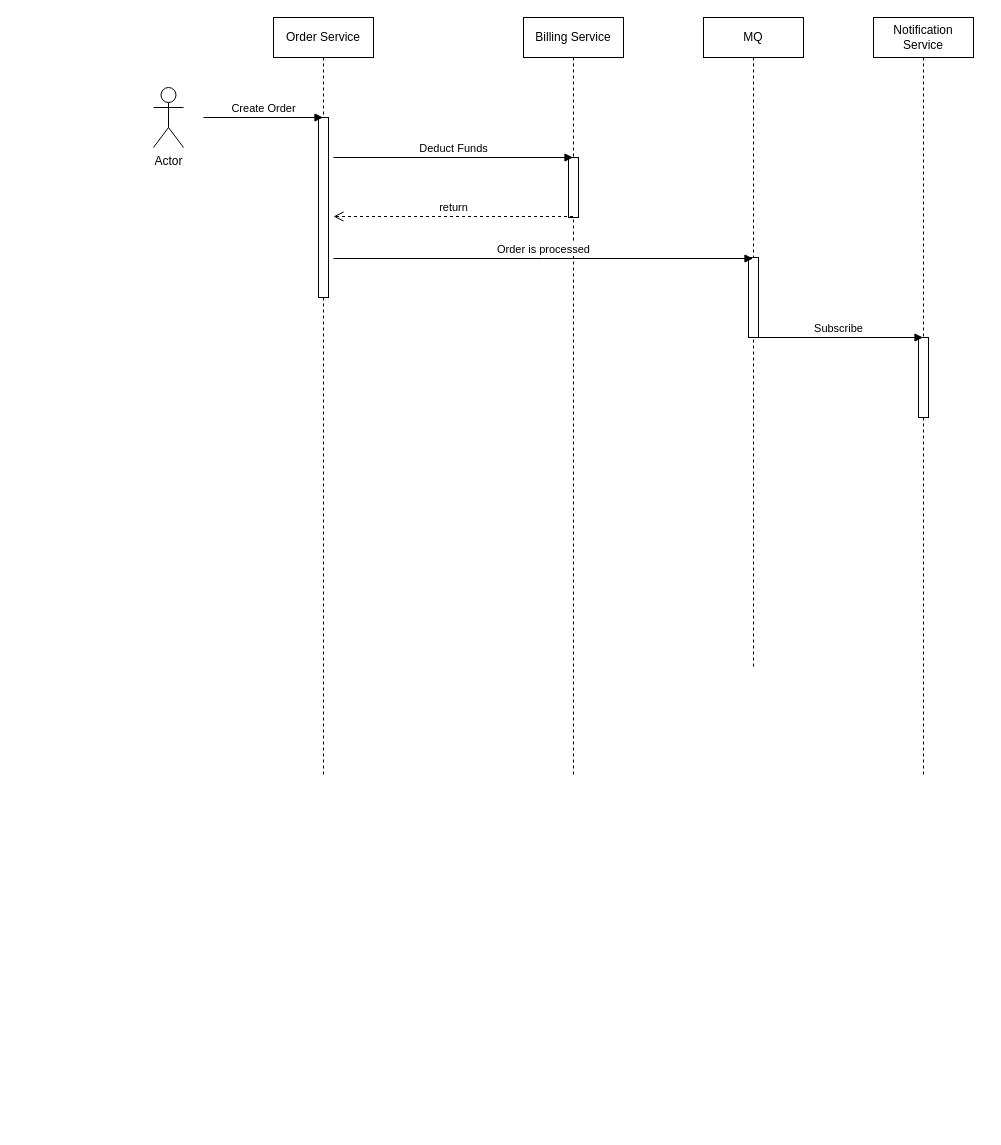
The draw.io diagram 1 Sequence_Diagramm.drawio in samsonovsa/OtusArhitectureHW2, before the edit. Source tidied: cells renumbered, new cells numbered last; positions are measured from the earlier drawing's top-left corner, leaving out a move shared by most shapes. Both pictures are drawn from the tidied source at 100%, with x=0, y=0 at pixel (153, 17).
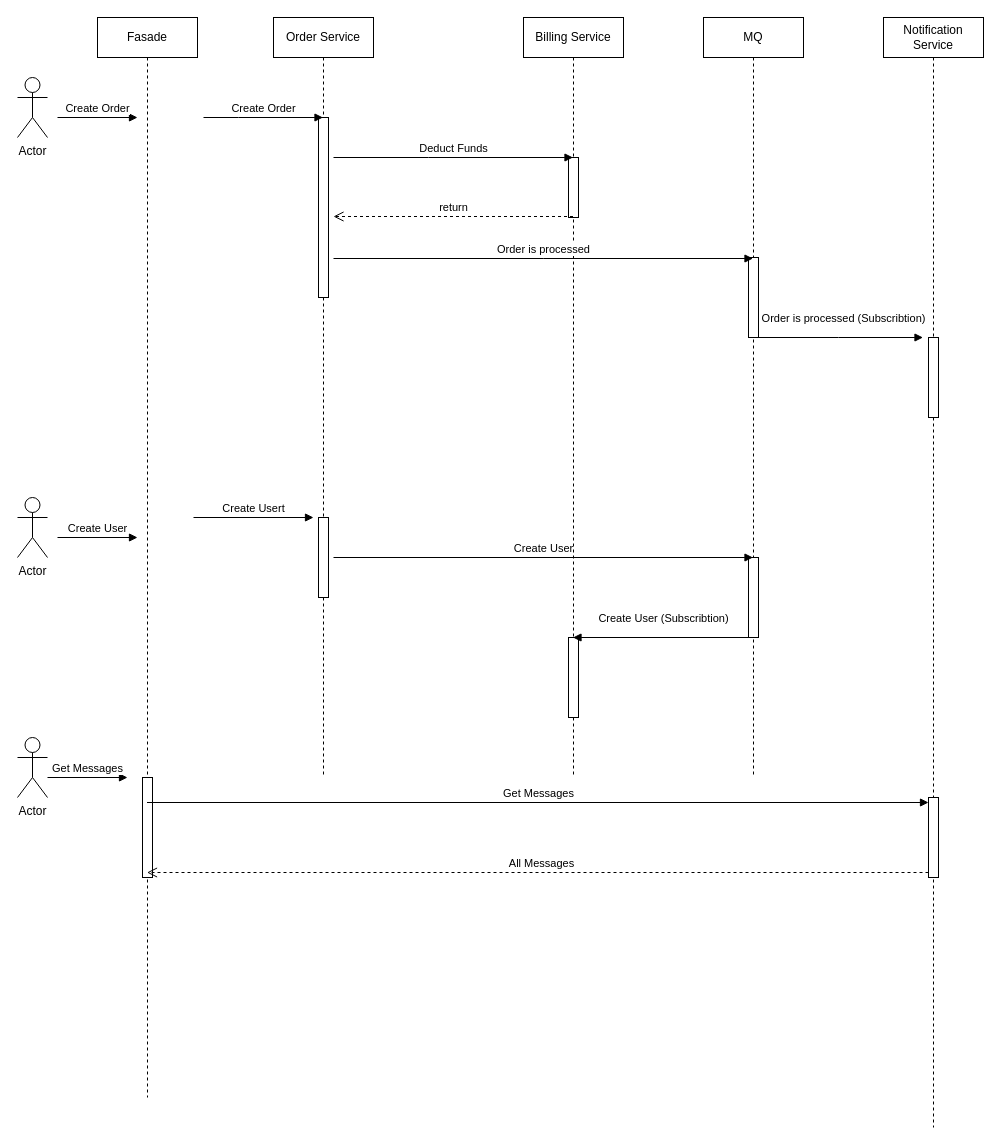
After the change.

The change refers to these unchanged cells:
```xml
<mxCell id="2" value="Order Service" style="shape=umlLifeline;perimeter=lifelinePerimeter;whiteSpace=wrap;html=1;outlineConnect=0;portConstraint=eastwest;newEdgeStyle={&quot;edgeStyle&quot;:&quot;elbowEdgeStyle&quot;,&quot;elbow&quot;:&quot;vertical&quot;,&quot;curved&quot;:0,&quot;rounded&quot;:0};" parent="1" vertex="1">
  <mxGeometry x="120" width="100" height="760" as="geometry" />
</mxCell>
<mxCell id="5" value="Billing Service" style="shape=umlLifeline;perimeter=lifelinePerimeter;whiteSpace=wrap;html=1;outlineConnect=0;portConstraint=eastwest;newEdgeStyle={&quot;edgeStyle&quot;:&quot;elbowEdgeStyle&quot;,&quot;elbow&quot;:&quot;vertical&quot;,&quot;curved&quot;:0,&quot;rounded&quot;:0};" parent="1" vertex="1">
  <mxGeometry x="370" width="100" height="760" as="geometry" />
</mxCell>
```

Change to the diagram source:
```diff
@@
+    <mxCell id="16" style="html=1;perimeter=orthogonalPerimeter;targetShapes=umlLifeline;newEdgeStyle={&quot;curved&quot;:0,&quot;rounded&quot;:0};" parent="2" vertex="1">
+      <mxGeometry x="45" y="500" width="10" height="80" as="geometry" />
+    </mxCell>
     <mxCell id="4" value="Actor" style="shape=umlActor;verticalLabelPosition=bottom;verticalAlign=top;html=1;" parent="1" vertex="1">
-      <mxGeometry y="70" width="30" height="60" as="geometry" />
+      <mxGeometry x="-136" y="60" width="30" height="60" as="geometry" />
     </mxCell>
@@
+    <mxCell id="17" style="html=1;perimeter=orthogonalPerimeter;targetShapes=umlLifeline;newEdgeStyle={&quot;curved&quot;:0,&quot;rounded&quot;:0};" parent="5" vertex="1">
+      <mxGeometry x="45" y="620" width="10" height="80" as="geometry" />
+    </mxCell>
     <mxCell id="7" value="Notification Service" style="shape=umlLifeline;perimeter=lifelinePerimeter;whiteSpace=wrap;html=1;newEdgeStyle={&quot;edgeStyle&quot;:&quot;elbowEdgeStyle&quot;,&quot;elbow&quot;:&quot;vertical&quot;,&quot;curved&quot;:0,&quot;rounded&quot;:0};" parent="1" vertex="1">
-      <mxGeometry x="720" width="100" height="760" as="geometry" />
+      <mxGeometry x="730" width="100" height="1110" as="geometry" />
     </mxCell>
@@
+    <mxCell id="18" style="html=1;points=[[0,0,0,0,5],[0,1,0,0,-5],[1,0,0,0,5],[1,1,0,0,-5]];perimeter=orthogonalPerimeter;outlineConnect=0;targetShapes=umlLifeline;portConstraint=eastwest;newEdgeStyle={&quot;curved&quot;:0,&quot;rounded&quot;:0};" parent="7" vertex="1">
+      <mxGeometry x="45" y="780" width="10" height="80" as="geometry" />
+    </mxCell>
@@
     <mxCell id="12" value="MQ" style="shape=umlLifeline;perimeter=lifelinePerimeter;whiteSpace=wrap;html=1;outlineConnect=0;portConstraint=eastwest;newEdgeStyle={&quot;edgeStyle&quot;:&quot;elbowEdgeStyle&quot;,&quot;elbow&quot;:&quot;vertical&quot;,&quot;curved&quot;:0,&quot;rounded&quot;:0};" parent="1" vertex="1">
-      <mxGeometry x="550" width="100" height="650" as="geometry" />
+      <mxGeometry x="550" width="100" height="760" as="geometry" />
     </mxCell>
@@
+    <mxCell id="19" style="html=1;perimeter=orthogonalPerimeter;targetShapes=umlLifeline;newEdgeStyle={&quot;curved&quot;:0,&quot;rounded&quot;:0};" parent="12" vertex="1">
+      <mxGeometry x="45" y="540" width="10" height="80" as="geometry" />
+    </mxCell>
@@
-    <mxCell id="15" value="Subscribe" style="html=1;verticalAlign=bottom;endArrow=block;edgeStyle=elbowEdgeStyle;elbow=vertical;curved=0;rounded=0;" parent="1" edge="1">
-      <mxGeometry relative="1" as="geometry">
+    <mxCell id="15" value="Order is processed (Subscribtion)" style="html=1;verticalAlign=bottom;endArrow=block;edgeStyle=elbowEdgeStyle;elbow=horizontal;curved=0;rounded=0;" parent="1" edge="1">
+      <mxGeometry x="0.06" y="10" relative="1" as="geometry">
         <mxPoint x="599.5" y="320" as="sourcePoint" />
         <mxPoint x="769.5" y="320" as="targetPoint" />
       </mxGeometry>
     </mxCell>
+    <mxCell id="20" value="Actor" style="shape=umlActor;verticalLabelPosition=bottom;verticalAlign=top;html=1;" parent="1" vertex="1">
+      <mxGeometry x="-136" y="480" width="30" height="60" as="geometry" />
+    </mxCell>
+    <mxCell id="21" value="Create Usert" style="html=1;verticalAlign=bottom;endArrow=block;curved=0;rounded=0;" parent="1" edge="1">
+      <mxGeometry relative="1" as="geometry">
+        <mxPoint x="40" y="500" as="sourcePoint" />
+        <mxPoint x="160" y="500" as="targetPoint" />
+      </mxGeometry>
+    </mxCell>
+    <mxCell id="22" value="Create User" style="html=1;verticalAlign=bottom;endArrow=block;curved=0;rounded=0;" parent="1" edge="1" target="12">
+      <mxGeometry relative="1" as="geometry">
+        <mxPoint x="180" y="540" as="sourcePoint" />
+      </mxGeometry>
+    </mxCell>
+    <mxCell id="23" value="Create User (Subscribtion)" style="html=1;verticalAlign=bottom;endArrow=block;curved=0;rounded=0;" parent="1" edge="1" target="5">
+      <mxGeometry y="-10" relative="1" as="geometry">
+        <mxPoint x="600" y="620" as="sourcePoint" />
+      </mxGeometry>
+    </mxCell>
+    <mxCell id="24" value="Fasade" style="shape=umlLifeline;perimeter=lifelinePerimeter;whiteSpace=wrap;html=1;outlineConnect=0;portConstraint=eastwest;newEdgeStyle={&quot;curved&quot;:0,&quot;rounded&quot;:0};" parent="1" vertex="1">
+      <mxGeometry x="-56" width="100" height="1080" as="geometry" />
+    </mxCell>
+    <mxCell id="25" style="html=1;perimeter=orthogonalPerimeter;targetShapes=umlLifeline;newEdgeStyle={&quot;curved&quot;:0,&quot;rounded&quot;:0};" parent="24" vertex="1">
+      <mxGeometry x="45" y="760" width="10" height="100" as="geometry" />
+    </mxCell>
+    <mxCell id="26" value="Create Order" style="html=1;verticalAlign=bottom;endArrow=block;curved=0;rounded=0;" parent="1" edge="1">
+      <mxGeometry relative="1" as="geometry">
+        <mxPoint x="-96" y="100" as="sourcePoint" />
+        <mxPoint x="-16" y="100" as="targetPoint" />
+      </mxGeometry>
+    </mxCell>
+    <mxCell id="27" value="Create User" style="html=1;verticalAlign=bottom;endArrow=block;curved=0;rounded=0;" parent="1" edge="1">
+      <mxGeometry relative="1" as="geometry">
+        <mxPoint x="-96" y="520" as="sourcePoint" />
+        <mxPoint x="-16" y="520" as="targetPoint" />
+      </mxGeometry>
+    </mxCell>
+    <mxCell id="28" value="Actor" style="shape=umlActor;verticalLabelPosition=bottom;verticalAlign=top;html=1;" parent="1" vertex="1">
+      <mxGeometry x="-136" y="720" width="30" height="60" as="geometry" />
+    </mxCell>
+    <mxCell id="29" value="Get Messages" style="html=1;verticalAlign=bottom;endArrow=block;curved=0;rounded=0;" parent="1" edge="1">
+      <mxGeometry relative="1" as="geometry">
+        <mxPoint x="-106" y="760" as="sourcePoint" />
+        <mxPoint x="-26" y="760" as="targetPoint" />
+      </mxGeometry>
+    </mxCell>
+    <mxCell id="30" value="Get Messages" style="html=1;verticalAlign=bottom;endArrow=block;curved=0;rounded=0;entryX=0;entryY=0;entryDx=0;entryDy=5;" parent="1" edge="1" source="24" target="18">
+      <mxGeometry relative="1" as="geometry" />
+    </mxCell>
+    <mxCell id="31" value="All Messages" style="html=1;verticalAlign=bottom;endArrow=open;dashed=1;endSize=8;curved=0;rounded=0;exitX=0;exitY=1;exitDx=0;exitDy=-5;" parent="1" edge="1" source="18" target="24">
+      <mxGeometry x="-0.01" relative="1" as="geometry" />
+    </mxCell>
```
